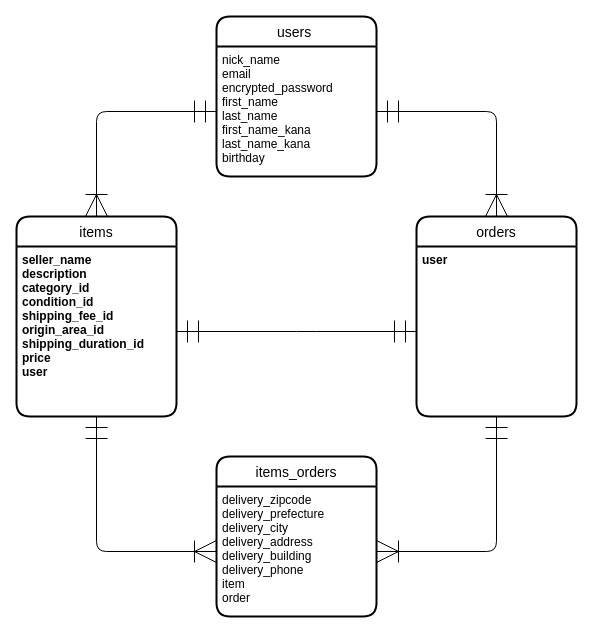
Earlier version of the draw.io diagram ER図.dio (masanaga225150/furima-.39448). Source tidied: cells renumbered, new cells numbered last; positions are measured from the earlier drawing's top-left corner, leaving out a move shared by most shapes. Both pictures are drawn from the tidied source at 100%, with x=0, y=0 at pixel (16, 16).
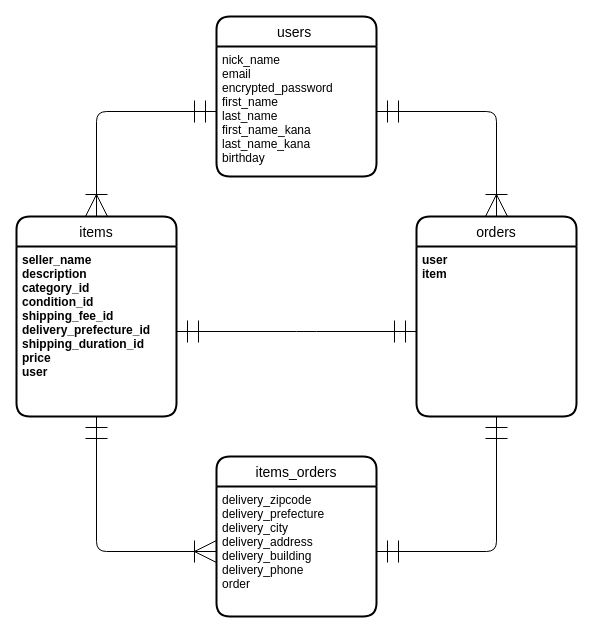
The same page after the edit.

Diff of the diagram source:
```diff
@@
 <mxGraphModel>
   <root>
     <mxCell id="0" />
     <mxCell id="1" parent="0" />
     <mxCell id="2" value="users " style="swimlane;horizontal=1;startSize=30;rounded=1;fontSize=14;fontStyle=0;strokeWidth=2;shadow=0;dashed=0;align=center;" parent="1" vertex="1">
       <mxGeometry x="200" width="160" height="160" as="geometry" />
     </mxCell>
     <mxCell id="3" value="nick_name&#10;email&#10;encrypted_password&#10;first_name&#10;last_name&#10;first_name_kana&#10;last_name_kana&#10;birthday" style="align=left;strokeColor=none;fillColor=none;spacingLeft=4;fontSize=12;verticalAlign=top;fontStyle=0;" parent="2" vertex="1">
       <mxGeometry y="30" width="160" height="130" as="geometry" />
     </mxCell>
     <mxCell id="4" value="items" style="swimlane;horizontal=1;startSize=30;rounded=1;fontSize=14;fontStyle=0;strokeWidth=2;shadow=0;dashed=0;align=center;" parent="1" vertex="1">
       <mxGeometry y="200" width="160" height="200" as="geometry" />
     </mxCell>
-    <mxCell id="5" value="seller_name&#10;description&#10;category_id&#10;condition_id&#10;shipping_fee_id&#10;origin_area_id&#10;shipping_duration_id&#10;price&#10;user" style="align=left;strokeColor=none;fillColor=none;spacingLeft=4;fontSize=12;verticalAlign=top;fontStyle=1;" parent="4" vertex="1">
+    <mxCell id="5" value="seller_name&#10;description&#10;category_id&#10;condition_id&#10;shipping_fee_id&#10;delivery_prefecture_id&#10;shipping_duration_id&#10;price&#10;user" style="align=left;strokeColor=none;fillColor=none;spacingLeft=4;fontSize=12;verticalAlign=top;fontStyle=1;" parent="4" vertex="1">
       <mxGeometry y="30" width="160" height="170" as="geometry" />
     </mxCell>
     <mxCell id="6" value="orders" style="swimlane;horizontal=1;startSize=30;rounded=1;fontSize=14;fontStyle=0;strokeWidth=2;shadow=0;dashed=0;align=center;" parent="1" vertex="1">
       <mxGeometry x="400" y="200" width="160" height="200" as="geometry" />
     </mxCell>
-    <mxCell id="7" value="user&#10;" style="align=left;strokeColor=none;fillColor=none;spacingLeft=4;fontSize=12;verticalAlign=top;fontStyle=1;" parent="6" vertex="1">
+    <mxCell id="7" value="user&#10;item" style="align=left;strokeColor=none;fillColor=none;spacingLeft=4;fontSize=12;verticalAlign=top;fontStyle=1;" parent="6" vertex="1">
       <mxGeometry y="30" width="160" height="170" as="geometry" />
     </mxCell>
     <mxCell id="8" style="edgeStyle=orthogonalEdgeStyle;fontSize=12;html=1;endArrow=ERoneToMany;startArrow=ERmandOne;exitX=0;exitY=0.5;exitDx=0;exitDy=0;entryX=0.5;entryY=0;entryDx=0;entryDy=0;startSize=20;endSize=20;" parent="1" edge="1" source="3" target="4">
       <mxGeometry relative="1" as="geometry" />
     </mxCell>
     <mxCell id="9" style="edgeStyle=orthogonalEdgeStyle;fontSize=12;html=1;endArrow=ERoneToMany;startArrow=ERmandOne;entryX=0.5;entryY=0;entryDx=0;entryDy=0;startSize=20;endSize=20;exitX=1;exitY=0.5;exitDx=0;exitDy=0;" parent="1" edge="1" source="3" target="6">
       <mxGeometry relative="1" as="geometry" />
     </mxCell>
     <mxCell id="10" value="items_orders" style="swimlane;horizontal=1;startSize=30;rounded=1;fontSize=14;fontStyle=0;strokeWidth=2;shadow=0;dashed=0;align=center;" parent="1" vertex="1">
       <mxGeometry x="200" y="440" width="160" height="160" as="geometry" />
     </mxCell>
-    <mxCell id="11" value="delivery_zipcode&#10;delivery_prefecture&#10;delivery_city&#10;delivery_address&#10;delivery_building&#10;delivery_phone&#10;item&#10;order&#10;" style="align=left;strokeColor=none;fillColor=none;spacingLeft=4;fontSize=12;verticalAlign=top;" parent="10" vertex="1">
+    <mxCell id="11" value="delivery_zipcode&#10;delivery_prefecture&#10;delivery_city&#10;delivery_address&#10;delivery_building&#10;delivery_phone&#10;order&#10;" style="align=left;strokeColor=none;fillColor=none;spacingLeft=4;fontSize=12;verticalAlign=top;" parent="10" vertex="1">
       <mxGeometry y="30" width="160" height="130" as="geometry" />
     </mxCell>
     <mxCell id="12" style="edgeStyle=orthogonalEdgeStyle;fontSize=12;html=1;endArrow=ERoneToMany;startArrow=ERmandOne;exitX=0.5;exitY=1;exitDx=0;exitDy=0;entryX=0;entryY=0.5;entryDx=0;entryDy=0;startSize=20;endSize=20;" parent="1" edge="1" source="5" target="11">
       <mxGeometry relative="1" as="geometry" />
     </mxCell>
-    <mxCell id="13" style="edgeStyle=orthogonalEdgeStyle;fontSize=12;html=1;endArrow=ERoneToMany;startArrow=ERmandOne;exitX=0.5;exitY=1;exitDx=0;exitDy=0;entryX=1;entryY=0.5;entryDx=0;entryDy=0;startSize=20;endSize=20;" parent="1" edge="1" source="7" target="11">
+    <mxCell id="13" style="edgeStyle=orthogonalEdgeStyle;fontSize=12;html=1;endArrow=ERmandOne;startArrow=ERmandOne;exitX=0.5;exitY=1;exitDx=0;exitDy=0;entryX=1;entryY=0.5;entryDx=0;entryDy=0;startSize=20;endSize=20;endFill=0;" parent="1" edge="1" source="7" target="11">
       <mxGeometry relative="1" as="geometry" />
     </mxCell>
     <mxCell id="14" style="edgeStyle=orthogonalEdgeStyle;fontSize=12;html=1;endArrow=ERmandOne;startArrow=ERmandOne;entryX=0;entryY=0.5;entryDx=0;entryDy=0;startSize=20;endSize=20;exitX=1;exitY=0.5;exitDx=0;exitDy=0;startFill=0;endFill=0;" parent="1" edge="1" source="5" target="7">
       <mxGeometry relative="1" as="geometry">
         <Array as="points">
           <mxPoint x="290" y="315" />
           <mxPoint x="290" y="315" />
         </Array>
       </mxGeometry>
     </mxCell>
   </root>
 </mxGraphModel>
```
